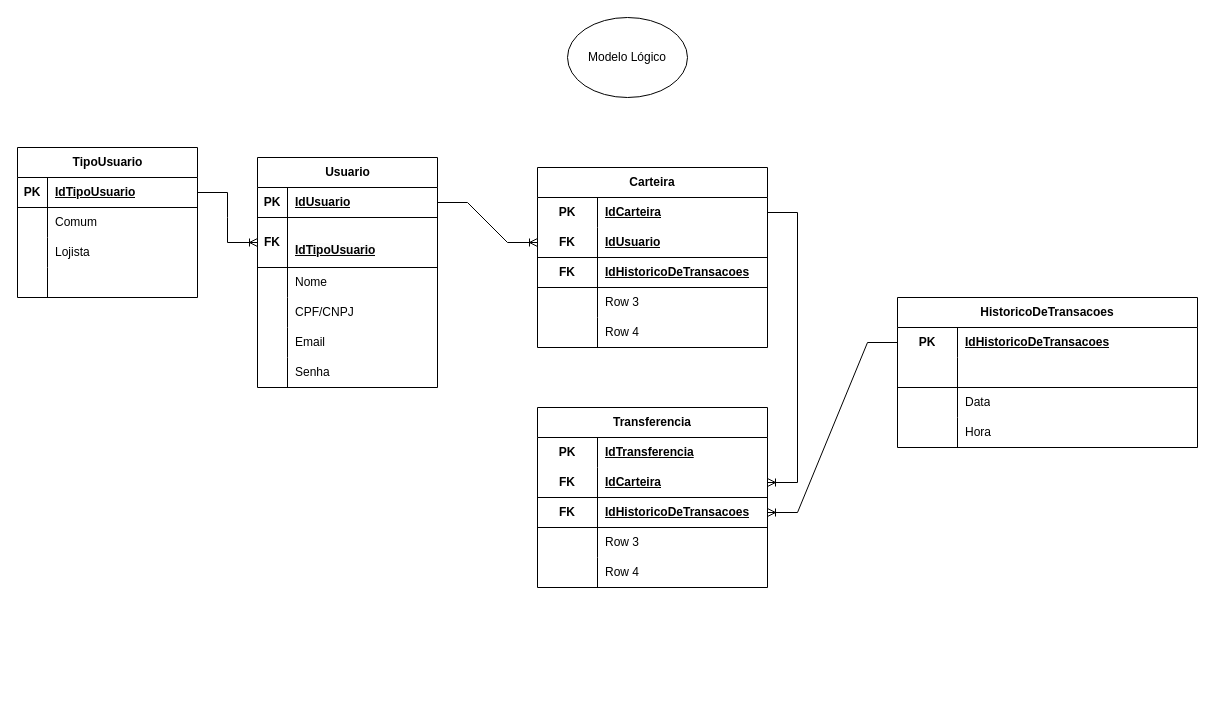
Before: modelagemPicPay.drawio in Filipe-Gois/Projetos, a draw.io diagram. Source tidied: cells renumbered, new cells numbered last; positions are measured from the earlier drawing's top-left corner, leaving out a move shared by most shapes. Both pictures are drawn from the tidied source at 100%, with x=0, y=0 at pixel (17, 17).
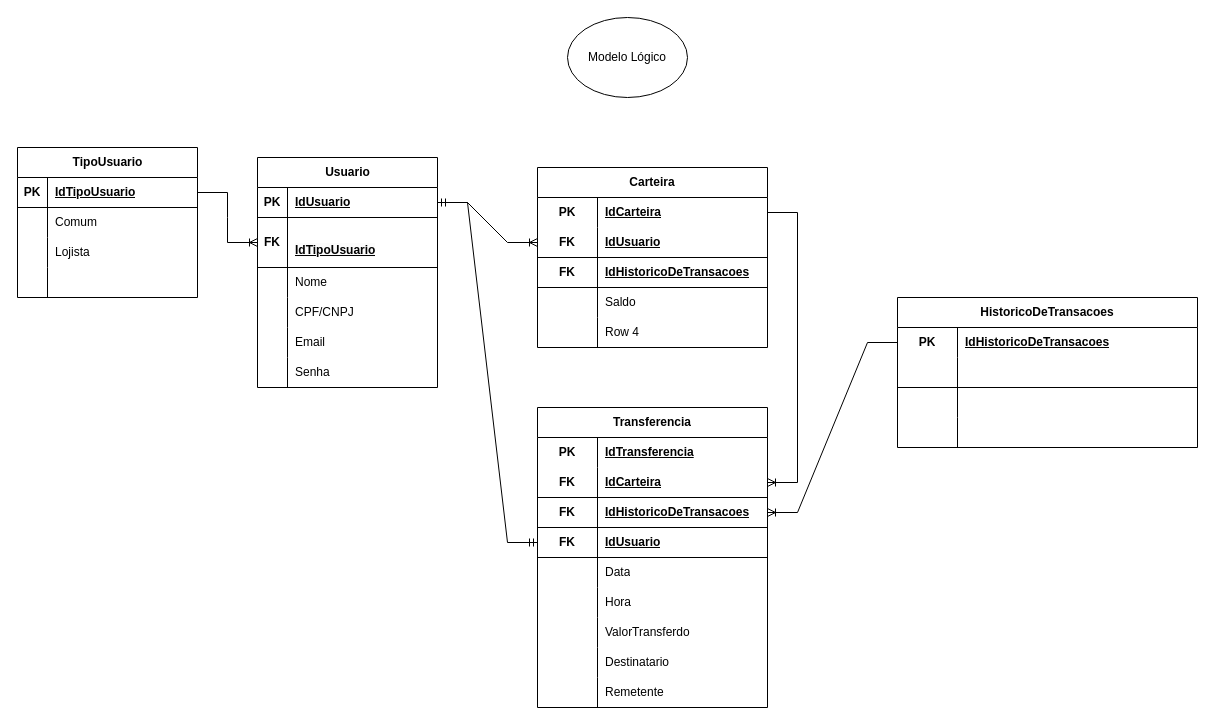
The same diagram, later.

The change refers to these unchanged cells:
```xml
<mxCell id="26" style="shape=tableRow;horizontal=0;startSize=0;swimlaneHead=0;swimlaneBody=0;fillColor=none;top=0;left=0;right=0;bottom=0;html=1;" parent="16" vertex="1">
  <mxGeometry y="120" width="230" height="30" as="geometry" />
</mxCell>
<mxCell id="33" style="shape=tableRow;horizontal=0;startSize=0;swimlaneHead=0;swimlaneBody=0;fillColor=none;points=[[0,0.5],[1,0.5]];portConstraint=eastwest;top=0;left=0;right=0;bottom=1;" parent="32" vertex="1">
  <mxGeometry y="30" width="180" height="30" as="geometry" />
</mxCell>
<mxCell id="58" style="shape=tableRow;horizontal=0;startSize=0;swimlaneHead=0;swimlaneBody=0;fillColor=none;top=0;left=0;right=0;bottom=0;html=1;" parent="51" vertex="1">
  <mxGeometry y="90" width="300" height="30" as="geometry" />
</mxCell>
<mxCell id="61" style="shape=tableRow;horizontal=0;startSize=0;swimlaneHead=0;swimlaneBody=0;fillColor=none;top=0;left=0;right=0;bottom=0;html=1;" parent="51" vertex="1">
  <mxGeometry y="120" width="300" height="30" as="geometry" />
</mxCell>
```

Change to the diagram source:
```diff
@@
-    <mxCell id="28" value="Row 3" style="shape=partialRectangle;fillColor=none;top=0;left=0;bottom=0;right=0;align=left;spacingLeft=6;overflow=hidden;html=1;whiteSpace=wrap;" parent="26" vertex="1">
+    <mxCell id="28" value="Saldo" style="shape=partialRectangle;fillColor=none;top=0;left=0;bottom=0;right=0;align=left;spacingLeft=6;overflow=hidden;html=1;whiteSpace=wrap;" parent="26" vertex="1">
       <mxGeometry x="60" width="170" height="30" as="geometry" />
     </mxCell>
@@
-    <mxCell id="60" value="Data" style="shape=partialRectangle;fillColor=none;top=0;left=0;bottom=0;right=0;align=left;spacingLeft=6;overflow=hidden;html=1;whiteSpace=wrap;" parent="58" vertex="1">
+    <mxCell id="60" style="shape=partialRectangle;fillColor=none;top=0;left=0;bottom=0;right=0;align=left;spacingLeft=6;overflow=hidden;html=1;whiteSpace=wrap;" parent="58" vertex="1">
       <mxGeometry x="60" width="240" height="30" as="geometry" />
     </mxCell>
@@
-    <mxCell id="63" value="Hora" style="shape=partialRectangle;fillColor=none;top=0;left=0;bottom=0;right=0;align=left;spacingLeft=6;overflow=hidden;html=1;whiteSpace=wrap;" parent="61" vertex="1">
+    <mxCell id="63" style="shape=partialRectangle;fillColor=none;top=0;left=0;bottom=0;right=0;align=left;spacingLeft=6;overflow=hidden;html=1;whiteSpace=wrap;" parent="61" vertex="1">
       <mxGeometry x="60" width="240" height="30" as="geometry" />
     </mxCell>
@@
     <mxCell id="67" value="Transferencia" style="shape=table;startSize=30;childLayout=tableLayout;rowLines=0;fontStyle=1;align=center;html=1;whiteSpace=wrap;" parent="1" vertex="1">
-      <mxGeometry x="520" y="390" width="230" height="180" as="geometry" />
+      <mxGeometry x="520" y="390" width="230" height="300" as="geometry" />
     </mxCell>
@@
+    <mxCell id="84" style="shape=tableRow;horizontal=0;startSize=0;swimlaneHead=0;swimlaneBody=0;fillColor=none;points=[[0,0.5],[1,0.5]];portConstraint=eastwest;top=0;left=0;right=0;bottom=1;html=1;" parent="67" vertex="1">
+      <mxGeometry y="120" width="230" height="30" as="geometry" />
+    </mxCell>
+    <mxCell id="85" value="FK" style="shape=partialRectangle;fillColor=none;top=0;left=0;bottom=0;right=0;fontStyle=1;overflow=hidden;html=1;whiteSpace=wrap;" parent="84" vertex="1">
+      <mxGeometry width="60" height="30" as="geometry" />
+    </mxCell>
+    <mxCell id="86" value="IdUsuario" style="shape=partialRectangle;fillColor=none;top=0;left=0;bottom=0;right=0;align=left;spacingLeft=6;fontStyle=5;overflow=hidden;html=1;whiteSpace=wrap;" parent="84" vertex="1">
+      <mxGeometry x="60" width="170" height="30" as="geometry" />
+    </mxCell>
     <mxCell id="77" style="shape=tableRow;horizontal=0;startSize=0;swimlaneHead=0;swimlaneBody=0;fillColor=none;top=0;left=0;right=0;bottom=0;html=1;" parent="67" vertex="1">
-      <mxGeometry y="120" width="230" height="30" as="geometry" />
+      <mxGeometry y="150" width="230" height="30" as="geometry" />
     </mxCell>
@@
-    <mxCell id="79" value="Row 3" style="shape=partialRectangle;fillColor=none;top=0;left=0;bottom=0;right=0;align=left;spacingLeft=6;overflow=hidden;html=1;whiteSpace=wrap;" parent="77" vertex="1">
+    <mxCell id="79" value="Data" style="shape=partialRectangle;fillColor=none;top=0;left=0;bottom=0;right=0;align=left;spacingLeft=6;overflow=hidden;html=1;whiteSpace=wrap;" parent="77" vertex="1">
       <mxGeometry x="60" width="170" height="30" as="geometry" />
     </mxCell>
     <mxCell id="80" style="shape=tableRow;horizontal=0;startSize=0;swimlaneHead=0;swimlaneBody=0;fillColor=none;top=0;left=0;right=0;bottom=0;html=1;" parent="67" vertex="1">
-      <mxGeometry y="150" width="230" height="30" as="geometry" />
+      <mxGeometry y="180" width="230" height="30" as="geometry" />
     </mxCell>
@@
-    <mxCell id="82" value="Row 4" style="shape=partialRectangle;fillColor=none;top=0;left=0;bottom=0;right=0;align=left;spacingLeft=6;overflow=hidden;html=1;whiteSpace=wrap;" parent="80" vertex="1">
+    <mxCell id="82" value="Hora" style="shape=partialRectangle;fillColor=none;top=0;left=0;bottom=0;right=0;align=left;spacingLeft=6;overflow=hidden;html=1;whiteSpace=wrap;" parent="80" vertex="1">
       <mxGeometry x="60" width="170" height="30" as="geometry" />
     </mxCell>
+    <mxCell id="87" style="shape=tableRow;horizontal=0;startSize=0;swimlaneHead=0;swimlaneBody=0;fillColor=none;top=0;left=0;right=0;bottom=0;html=1;" parent="67" vertex="1">
+      <mxGeometry y="210" width="230" height="30" as="geometry" />
+    </mxCell>
+    <mxCell id="88" style="shape=partialRectangle;fillColor=none;top=0;left=0;bottom=0;right=0;overflow=hidden;html=1;whiteSpace=wrap;" parent="87" vertex="1">
+      <mxGeometry width="60" height="30" as="geometry" />
+    </mxCell>
+    <mxCell id="89" value="ValorTransferdo" style="shape=partialRectangle;fillColor=none;top=0;left=0;bottom=0;right=0;align=left;spacingLeft=6;overflow=hidden;html=1;whiteSpace=wrap;" parent="87" vertex="1">
+      <mxGeometry x="60" width="170" height="30" as="geometry" />
+    </mxCell>
+    <mxCell id="90" style="shape=tableRow;horizontal=0;startSize=0;swimlaneHead=0;swimlaneBody=0;fillColor=none;top=0;left=0;right=0;bottom=0;html=1;" parent="67" vertex="1">
+      <mxGeometry y="240" width="230" height="30" as="geometry" />
+    </mxCell>
+    <mxCell id="91" style="shape=partialRectangle;fillColor=none;top=0;left=0;bottom=0;right=0;overflow=hidden;html=1;whiteSpace=wrap;" parent="90" vertex="1">
+      <mxGeometry width="60" height="30" as="geometry" />
+    </mxCell>
+    <mxCell id="92" value="Destinatario" style="shape=partialRectangle;fillColor=none;top=0;left=0;bottom=0;right=0;align=left;spacingLeft=6;overflow=hidden;html=1;whiteSpace=wrap;" parent="90" vertex="1">
+      <mxGeometry x="60" width="170" height="30" as="geometry" />
+    </mxCell>
+    <mxCell id="93" style="shape=tableRow;horizontal=0;startSize=0;swimlaneHead=0;swimlaneBody=0;fillColor=none;top=0;left=0;right=0;bottom=0;html=1;" parent="67" vertex="1">
+      <mxGeometry y="270" width="230" height="30" as="geometry" />
+    </mxCell>
+    <mxCell id="94" style="shape=partialRectangle;fillColor=none;top=0;left=0;bottom=0;right=0;overflow=hidden;html=1;whiteSpace=wrap;" parent="93" vertex="1">
+      <mxGeometry width="60" height="30" as="geometry" />
+    </mxCell>
+    <mxCell id="95" value="Remetente" style="shape=partialRectangle;fillColor=none;top=0;left=0;bottom=0;right=0;align=left;spacingLeft=6;overflow=hidden;html=1;whiteSpace=wrap;" parent="93" vertex="1">
+      <mxGeometry x="60" width="170" height="30" as="geometry" />
+    </mxCell>
@@
+    <mxCell id="96" style="edgeStyle=entityRelationEdgeStyle;fontSize=12;html=1;endArrow=ERmandOne;startArrow=ERmandOne;rounded=0;exitX=1;exitY=0.5;exitDx=0;exitDy=0;entryX=0;entryY=0.5;entryDx=0;entryDy=0;" parent="1" edge="1" source="33" target="84">
+      <mxGeometry relative="1" as="geometry" />
+    </mxCell>
```
